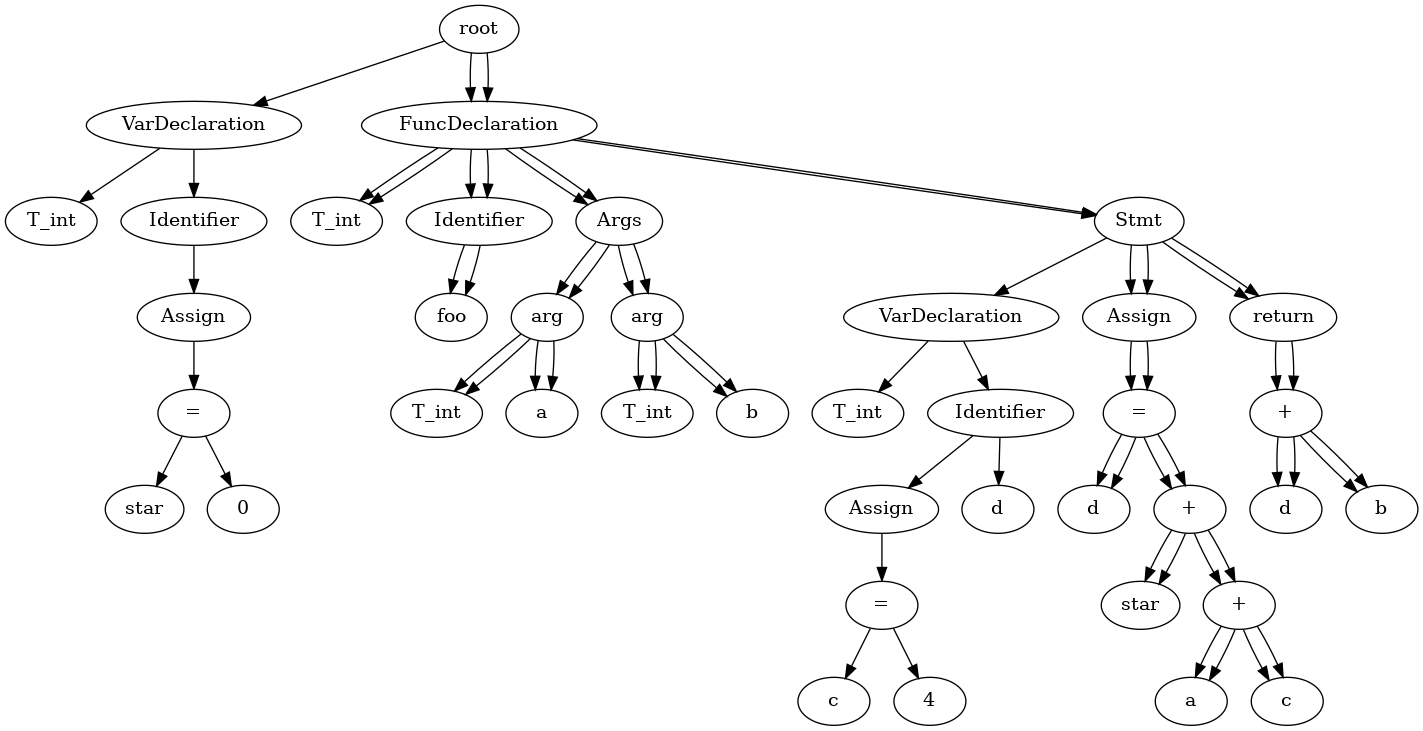
Before: test.gv.png, a diagram exported from Graphviz (Jstar49/starCC). Its source is kept beside it as test.gv.
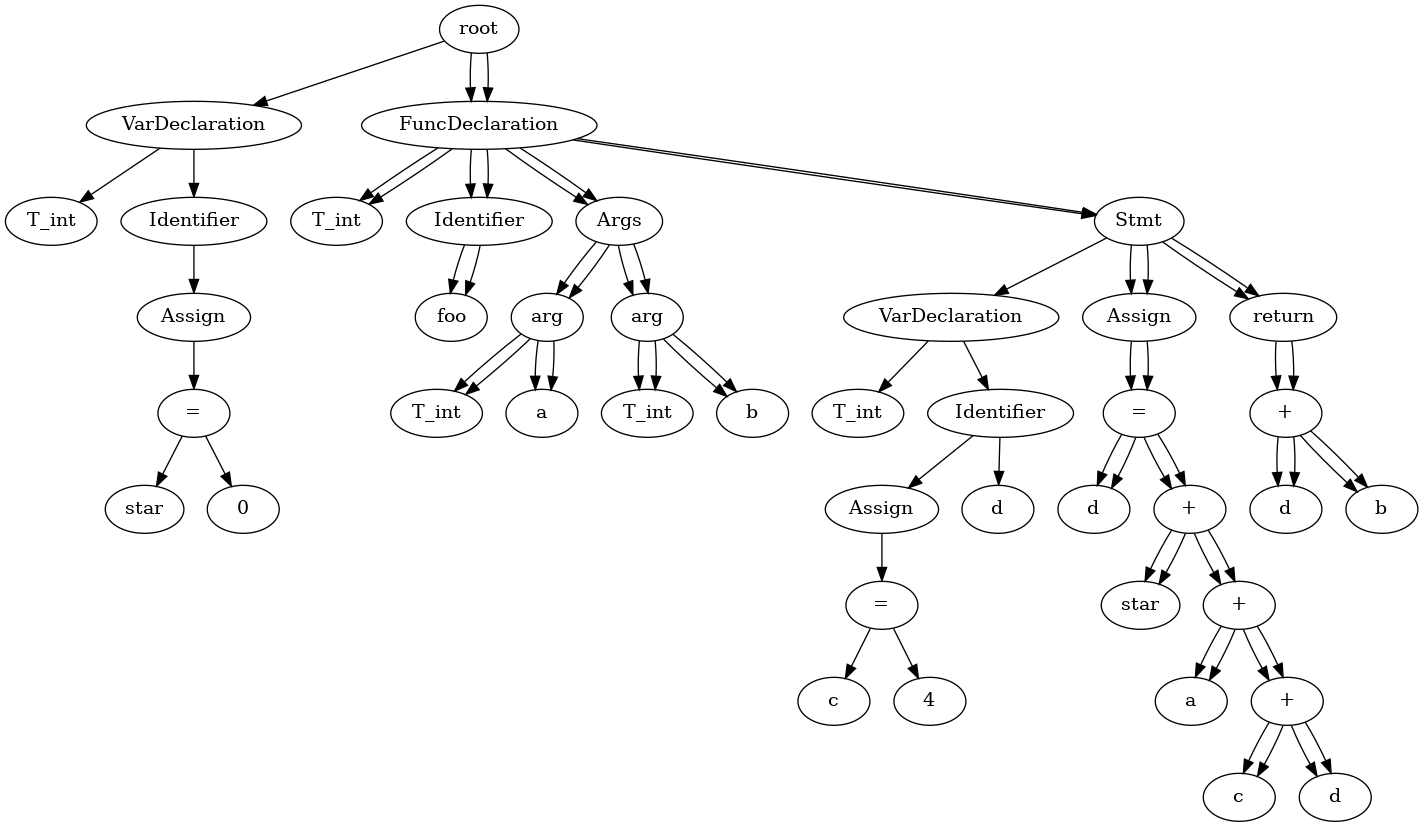
After the commit.

The edit, as a diff of the source:
```diff
@@ -68,16 +68,20 @@
 	31 -> 33
 	32 [label=a]
 	33 -> 32
+	35 [label="+"]
+	33 -> 35
 	34 [label=c]
-	33 -> 34
-	35 [label=return]
-	18 -> 35
-	37 [label="+"]
-	35 -> 37
+	35 -> 34
 	36 [label=d]
-	37 -> 36
-	38 [label=b]
-	37 -> 38
+	35 -> 36
+	37 [label=return]
+	18 -> 37
+	39 [label="+"]
+	37 -> 39
+	38 [label=d]
+	39 -> 38
+	40 [label=b]
+	39 -> 40
 	None [label=root]
 	7 [label=FuncDeclaration]
 	None -> 7
@@ -117,14 +121,18 @@
 	31 -> 33
 	32 [label=a]
 	33 -> 32
+	35 [label="+"]
+	33 -> 35
 	34 [label=c]
-	33 -> 34
-	35 [label=return]
-	18 -> 35
-	37 [label="+"]
-	35 -> 37
+	35 -> 34
 	36 [label=d]
-	37 -> 36
-	38 [label=b]
-	37 -> 38
+	35 -> 36
+	37 [label=return]
+	18 -> 37
+	39 [label="+"]
+	37 -> 39
+	38 [label=d]
+	39 -> 38
+	40 [label=b]
+	39 -> 40
 }
```
